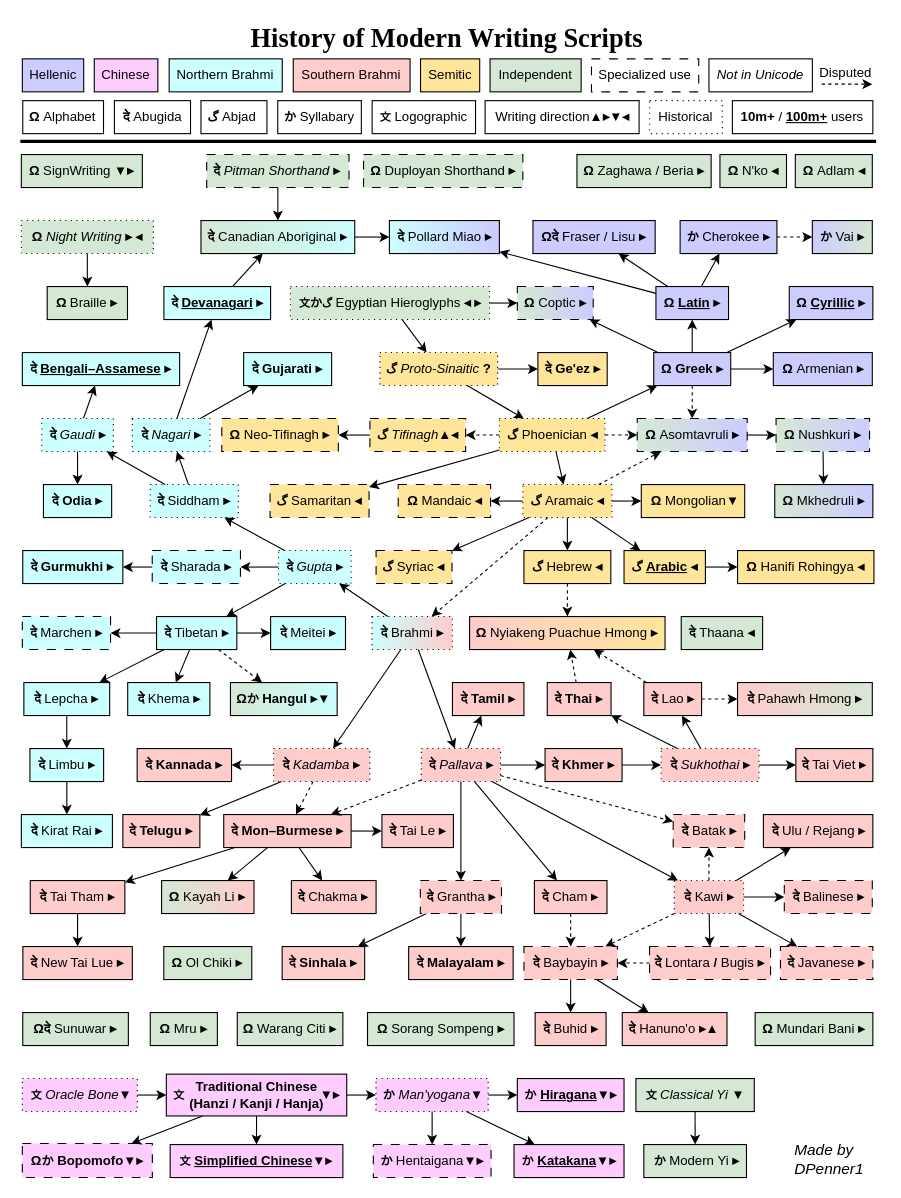
The draw.io diagram Modern Script History.drawio in DPenner1/WritingSystemHistory, before the edit. Source tidied: cells renumbered, new cells numbered last; positions are measured from the earlier drawing's top-left corner, leaving out a move shared by most shapes. Both pictures are drawn from the tidied source at 110%, with x=0, y=0 at pixel (20, 19).
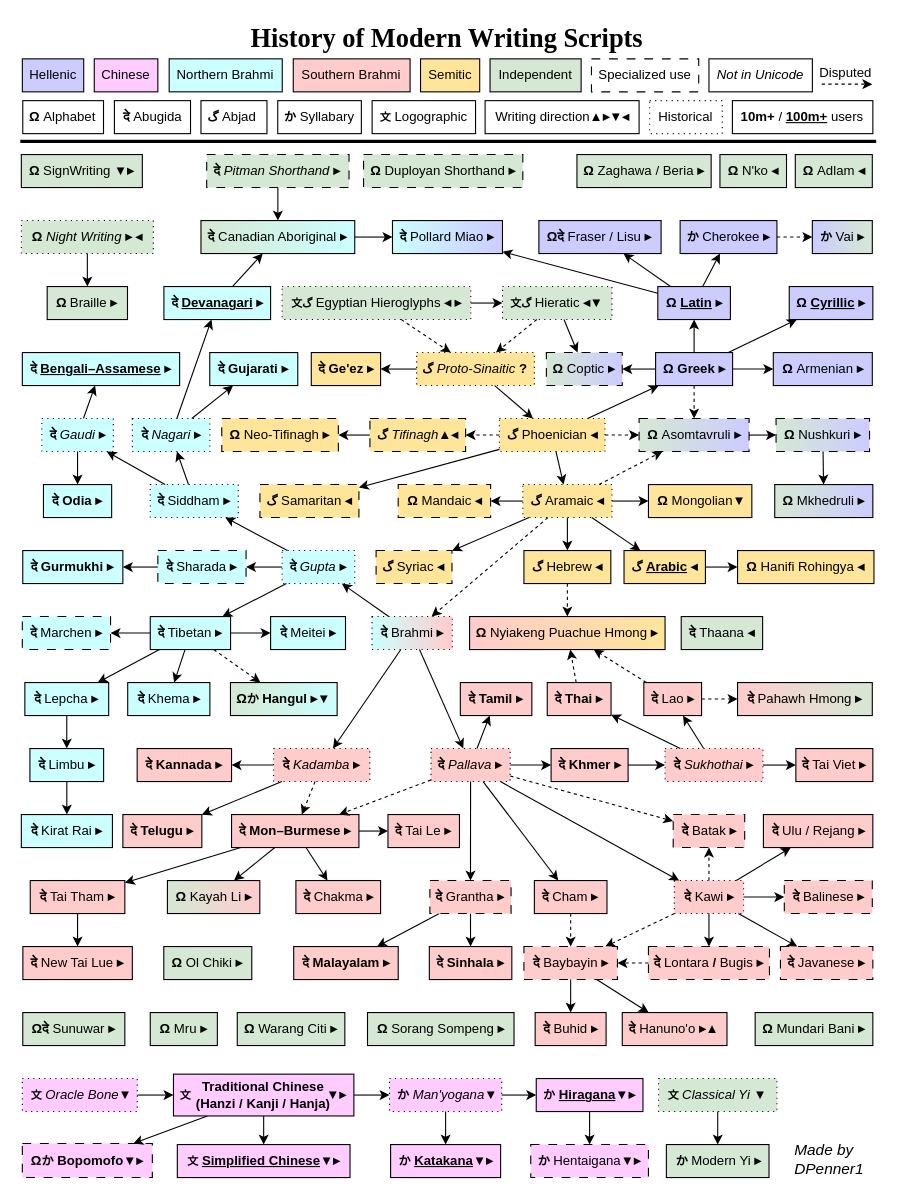
The same page after the edit.

Commit message (it also covers changes not shown here):
Update diagram to Unicode v17

The change refers to these unchanged cells:
```xml
<mxCell id="192" style="group;" parent="1" vertex="1">
  <mxGeometry x="118.7" y="959" width="186" height="38" as="geometry" />
</mxCell>
```

Change to the diagram source:
```diff
@@
     <mxCell id="2" value="&lt;b&gt;Ω&amp;nbsp;&lt;/b&gt;&lt;u&gt;Latin&lt;/u&gt;&amp;nbsp;▸" style="whiteSpace=wrap;html=1;fontStyle=1;fillColor=#CCCCFF;" parent="1" vertex="1">
-      <mxGeometry x="577.8" y="243" width="66" height="30" as="geometry" />
+      <mxGeometry x="579.5" y="243" width="66" height="30" as="geometry" />
     </mxCell>
-    <mxCell id="3" value="&lt;font style=&quot;font-weight: 700; font-size: 10px;&quot;&gt;文&lt;/font&gt;&lt;span style=&quot;font-size: 11px; font-weight: 700;&quot;&gt;か&lt;/span&gt;&lt;span style=&quot;font-weight: 700;&quot;&gt;&lt;font style=&quot;font-size: 10px;&quot;&gt;گ&lt;/font&gt;&lt;/span&gt;&lt;span style=&quot;font-weight: 700;&quot;&gt;&amp;nbsp;&lt;/span&gt;Egyptian Hieroglyphs&amp;nbsp;&lt;b&gt;◂&amp;nbsp;&lt;/b&gt;&lt;b&gt;▸&lt;/b&gt;" style="whiteSpace=wrap;html=1;dashed=1;dashPattern=1 4;fillColor=#D5E8D4;" parent="1" vertex="1">
-      <mxGeometry x="245.5" y="243" width="181" height="30" as="geometry" />
+    <mxCell id="3" value="&lt;font style=&quot;font-weight: 700; font-size: 10px;&quot;&gt;文&lt;/font&gt;&lt;span style=&quot;font-weight: 700;&quot;&gt;&lt;font style=&quot;font-size: 10px;&quot;&gt;گ&lt;/font&gt;&lt;/span&gt;&lt;span style=&quot;font-weight: 700;&quot;&gt;&amp;nbsp;&lt;/span&gt;Egyptian Hieroglyphs&amp;nbsp;&lt;b&gt;◂&amp;nbsp;&lt;/b&gt;&lt;b&gt;▸&lt;/b&gt;" style="whiteSpace=wrap;html=1;dashed=1;dashPattern=1 4;fillColor=#D5E8D4;" parent="1" vertex="1">
+      <mxGeometry x="238" y="243" width="171.5" height="30" as="geometry" />
     </mxCell>
-    <mxCell id="4" style="endArrow=classic;html=1;" parent="1" edge="1" source="3" target="5">
+    <mxCell id="4" style="endArrow=classic;html=1;dashed=1;" parent="1" edge="1" source="3" target="5">
       <mxGeometry relative="1" as="geometry" />
     </mxCell>
     <mxCell id="5" value="&lt;font style=&quot;font-style: normal; font-weight: 700; font-size: 11px;&quot;&gt;گ&lt;/font&gt;&lt;span style=&quot;font-style: normal; font-weight: 700;&quot;&gt;&amp;nbsp;&lt;/span&gt;Proto-Sinaitic &lt;span style=&quot;font-style: normal;&quot;&gt;&lt;b&gt;?&lt;/b&gt;&lt;/span&gt;" style="whiteSpace=wrap;html=1;dashed=1;dashPattern=1 4;fillColor=#FFE599;fontStyle=2;" parent="1" vertex="1">
-      <mxGeometry x="326.9" y="303" width="107" height="30" as="geometry" />
+      <mxGeometry x="360.3" y="303" width="107" height="30" as="geometry" />
     </mxCell>
-    <mxCell id="6" style="endArrow=classic;html=1;" parent="1" edge="1" source="3" target="9">
+    <mxCell id="6" style="endArrow=classic;html=1;" parent="1" edge="1" source="3" target="223">
       <mxGeometry x="145" y="370" as="geometry" />
     </mxCell>
@@
     <mxCell id="8" value="&lt;b&gt;दे&amp;nbsp;&lt;/b&gt;Ge'ez&amp;nbsp;▸" style="whiteSpace=wrap;html=1;fontStyle=1;fillColor=#FFE599;" parent="1" vertex="1">
-      <mxGeometry x="470.5" y="303" width="63" height="30" as="geometry" />
+      <mxGeometry x="264.5" y="303" width="63" height="30" as="geometry" />
     </mxCell>
     <mxCell id="9" value="&lt;b&gt;Ω&amp;nbsp;&lt;/b&gt;Coptic&amp;nbsp;&lt;b&gt;▸&lt;/b&gt;" style="whiteSpace=wrap;html=1;dashed=1;gradientColor=#CCCCFF;fillColor=#D5E8D4;gradientDirection=east;glass=0;dashPattern=8 8;" parent="1" vertex="1">
-      <mxGeometry x="451.8" y="243" width="69" height="30" as="geometry" />
+      <mxGeometry x="478.2" y="303" width="69" height="30" as="geometry" />
     </mxCell>
@@
     <mxCell id="12" value="&lt;b&gt;Ω&amp;nbsp;&lt;/b&gt;Greek&amp;nbsp;▸" style="whiteSpace=wrap;html=1;fontStyle=1;strokeColor=#000000;fillColor=#CCCCFF;" parent="1" vertex="1">
-      <mxGeometry x="575.8" y="303" width="70" height="30" as="geometry" />
+      <mxGeometry x="577.5" y="303" width="70" height="30" as="geometry" />
     </mxCell>
@@
     <mxCell id="21" value="&lt;b style=&quot;font-style: normal;&quot;&gt;दे&lt;/b&gt;&lt;b style=&quot;font-style: normal; font-size: 11px;&quot;&gt;&amp;nbsp;&lt;/b&gt;Gupta&lt;span style=&quot;font-style: normal;&quot;&gt;&amp;nbsp;&lt;/span&gt;&lt;b style=&quot;font-style: normal;&quot;&gt;▸&lt;/b&gt;" style="whiteSpace=wrap;html=1;dashed=1;dashPattern=1 4;fillColor=#CCFFFF;fontStyle=2;" parent="1" vertex="1">
-      <mxGeometry x="234.7" y="483" width="66" height="30" as="geometry" />
+      <mxGeometry x="238" y="483" width="66" height="30" as="geometry" />
     </mxCell>
@@
     <mxCell id="25" value="&lt;b&gt;दे&lt;/b&gt;&lt;b style=&quot;font-size: 11px;&quot;&gt;&amp;nbsp;&lt;/b&gt;&lt;span style=&quot;font-weight: normal;&quot;&gt;Tibetan&lt;/span&gt;&lt;span style=&quot;font-weight: 400;&quot;&gt;&amp;nbsp;&lt;/span&gt;&lt;b&gt;▸&lt;/b&gt;" style="whiteSpace=wrap;html=1;fontStyle=1;fillColor=#CCFFFF;" parent="1" vertex="1">
-      <mxGeometry x="123.8" y="543" width="73" height="30" as="geometry" />
+      <mxGeometry x="118.1" y="543" width="73" height="30" as="geometry" />
     </mxCell>
@@
     <mxCell id="30" value="&lt;b&gt;दे&lt;/b&gt;&lt;b style=&quot;font-size: 11px;&quot;&gt;&amp;nbsp;&lt;/b&gt;Gujarati&lt;span style=&quot;font-weight: 400;&quot;&gt;&amp;nbsp;&lt;/span&gt;&lt;b&gt;▸&lt;/b&gt;" style="whiteSpace=wrap;html=1;fontStyle=1;fillColor=#CCFFFF;" parent="1" vertex="1">
-      <mxGeometry x="203" y="303" width="80" height="30" as="geometry" />
+      <mxGeometry x="172.2" y="303" width="80" height="30" as="geometry" />
     </mxCell>
@@
     <mxCell id="34" value="&lt;b&gt;दे&amp;nbsp;&lt;/b&gt;Khmer ▸" style="whiteSpace=wrap;html=1;fontStyle=1;fillColor=#FFCCCC;" parent="1" vertex="1">
-      <mxGeometry x="477" y="663" width="70" height="30" as="geometry" />
+      <mxGeometry x="482.5" y="663" width="70" height="30" as="geometry" />
     </mxCell>
     <mxCell id="35" value="&lt;b style=&quot;font-style: normal;&quot;&gt;दे&amp;nbsp;&lt;/b&gt;Pallava&lt;span style=&quot;font-style: normal; font-weight: 700;&quot;&gt;&amp;nbsp;▸&lt;/span&gt;" style="whiteSpace=wrap;html=1;dashed=1;dashPattern=1 4;fillColor=#FFCCCC;fontStyle=2;" parent="1" vertex="1">
-      <mxGeometry x="364.5" y="663" width="72" height="30" as="geometry" />
+      <mxGeometry x="373.3" y="663" width="72" height="30" as="geometry" />
     </mxCell>
@@
     <mxCell id="41" value="&lt;b&gt;दे Mon&lt;/b&gt;–Burmese&amp;nbsp;▸" style="whiteSpace=wrap;html=1;fontStyle=1;fillColor=#FFCCCC;" parent="1" vertex="1">
-      <mxGeometry x="184.9" y="723" width="115.8" height="30" as="geometry" />
+      <mxGeometry x="192" y="723" width="115.8" height="30" as="geometry" />
     </mxCell>
@@
     <mxCell id="43" value="&lt;b&gt;दे&amp;nbsp;&lt;/b&gt;Tamil&amp;nbsp;▸" style="whiteSpace=wrap;html=1;fontStyle=1;fillColor=#FFCCCC;" parent="1" vertex="1">
-      <mxGeometry x="392.8" y="603" width="65" height="30" as="geometry" />
+      <mxGeometry x="400" y="603" width="65" height="30" as="geometry" />
     </mxCell>
@@
     <mxCell id="45" value="&lt;b&gt;दे&amp;nbsp;&lt;/b&gt;Telugu&amp;nbsp;▸" style="whiteSpace=wrap;html=1;fontStyle=1;fillColor=#FFCCCC;" parent="1" vertex="1">
-      <mxGeometry x="93.2" y="723" width="70" height="30" as="geometry" />
+      <mxGeometry x="93.2" y="723" width="71.8" height="30" as="geometry" />
     </mxCell>
@@
     <mxCell id="54" value="&lt;b&gt;&amp;nbsp;Ω&amp;nbsp;&lt;/b&gt;Mongolian&lt;b&gt;▼&lt;/b&gt;" style="whiteSpace=wrap;html=1;fillColor=#FFE599;" parent="1" vertex="1">
-      <mxGeometry x="564.5" y="423" width="94" height="30" as="geometry" />
+      <mxGeometry x="571" y="423" width="94" height="30" as="geometry" />
     </mxCell>
     <mxCell id="55" value="&lt;b&gt;Ω&amp;nbsp;&lt;/b&gt;Asomtavruli&lt;span style=&quot;font-weight: 700;&quot;&gt;&amp;nbsp;▸&lt;/span&gt;" style="whiteSpace=wrap;html=1;fontStyle=0;fillColor=#CCCCFF;gradientColor=#D5E8D4;gradientDirection=west;dashed=1;dashPattern=8 8;" parent="1" vertex="1">
-      <mxGeometry x="560.8" y="363" width="100" height="30" as="geometry" />
+      <mxGeometry x="562.5" y="363" width="100" height="30" as="geometry" />
     </mxCell>
@@
     <mxCell id="66" value="&lt;font style=&quot;font-size: 10px;&quot;&gt;文&lt;/font&gt; &lt;u&gt;Simplified Chinese&lt;/u&gt;&lt;b&gt;▼&lt;/b&gt;▸" style="whiteSpace=wrap;html=1;fontStyle=1;fillColor=#FFCCFF;" parent="1" vertex="1">
-      <mxGeometry x="136.2" y="1023" width="157" height="30" as="geometry" />
+      <mxGeometry x="142.7" y="1023" width="157" height="30" as="geometry" />
     </mxCell>
@@
     <mxCell id="68" value="&lt;font style=&quot;&quot;&gt;&lt;span style=&quot;font-weight: 700;&quot;&gt;&lt;font style=&quot;font-size: 11px;&quot;&gt;&amp;nbsp;か&lt;/font&gt;&lt;/span&gt;&lt;span style=&quot;font-size: 12px; font-weight: 700;&quot;&gt;&amp;nbsp;&lt;/span&gt;&lt;i&gt;Man'yogana&lt;/i&gt;&lt;/font&gt;&lt;b&gt;▼&lt;/b&gt;" style="whiteSpace=wrap;html=1;dashed=1;dashPattern=1 4;fillColor=#FFCCFF;fontFamily=Helvetica;fontSize=12;" parent="1" vertex="1">
-      <mxGeometry x="323.3" y="963" width="102" height="30" as="geometry" />
+      <mxGeometry x="335.6" y="963" width="102" height="30" as="geometry" />
     </mxCell>
@@
     <mxCell id="70" value="&lt;font style=&quot;font-size: 11px;&quot;&gt;か&lt;/font&gt; &lt;u&gt;Hiragana&lt;/u&gt;&lt;b&gt;▼&lt;/b&gt;▸" style="whiteSpace=wrap;html=1;fontStyle=1;fillColor=#FFCCFF;fontFamily=Helvetica;" parent="1" vertex="1">
-      <mxGeometry x="451.8" y="963" width="97" height="30" as="geometry" />
+      <mxGeometry x="469" y="963" width="97" height="30" as="geometry" />
     </mxCell>
     <mxCell id="71" value="&lt;font style=&quot;font-size: 11px;&quot;&gt;か&lt;/font&gt; &lt;u&gt;Katakana&lt;/u&gt;&lt;b&gt;▼&lt;/b&gt;▸" style="whiteSpace=wrap;html=1;fontStyle=1;fillColor=#FFCCFF;" parent="1" vertex="1">
-      <mxGeometry x="448.8" y="1023" width="100" height="30" as="geometry" />
+      <mxGeometry x="336.6" y="1023" width="100" height="30" as="geometry" />
     </mxCell>
@@
     <mxCell id="73" value="&lt;span style=&quot;font-weight: 700; font-size: 11px;&quot;&gt;&lt;font style=&quot;font-size: 11px;&quot;&gt;か&lt;/font&gt;&amp;nbsp;&lt;/span&gt;Hentaigana&lt;b&gt;▼&lt;/b&gt;&lt;span style=&quot;font-weight: 700;&quot;&gt;▸&lt;/span&gt;" style="whiteSpace=wrap;html=1;dashed=1;fillColor=#FFCCFF;dashPattern=8 8;" parent="1" vertex="1">
-      <mxGeometry x="320.9" y="1023" width="107" height="30" as="geometry" />
+      <mxGeometry x="464" y="1023" width="107" height="30" as="geometry" />
     </mxCell>
@@
-    <mxCell id="75" style="endArrow=classic;html=1;" parent="1" edge="1" source="68" target="73">
+    <mxCell id="75" style="endArrow=classic;html=1;" parent="1" edge="1" source="70" target="73">
       <mxGeometry x="1173" y="930" as="geometry" />
     </mxCell>
@@
     <mxCell id="89" value="&lt;b&gt;दे&amp;nbsp;&lt;/b&gt;Sinhala&amp;nbsp;▸" style="whiteSpace=wrap;html=1;fontStyle=1;fillColor=#FFCCCC;" parent="1" vertex="1">
-      <mxGeometry x="238" y="843" width="75" height="30" as="geometry" />
+      <mxGeometry x="371.8" y="843" width="75" height="30" as="geometry" />
     </mxCell>
     <mxCell id="90" value="&lt;b&gt;दे&amp;nbsp;&lt;/b&gt;Malayalam&amp;nbsp;▸" style="whiteSpace=wrap;html=1;fontStyle=1;fillColor=#FFCCCC;" parent="1" vertex="1">
-      <mxGeometry x="353" y="843" width="95" height="30" as="geometry" />
+      <mxGeometry x="248.5" y="843" width="95" height="30" as="geometry" />
     </mxCell>
-    <mxCell id="91" value="&lt;span style=&quot;font-weight: 700;&quot;&gt;&lt;font style=&quot;font-size: 10px;&quot;&gt;文&lt;/font&gt;&lt;/span&gt;&lt;span style=&quot;font-size: 11px; font-weight: 700;&quot;&gt;&amp;nbsp;&lt;/span&gt;&lt;i&gt;Classical Yi&lt;/i&gt;&amp;nbsp;&lt;b&gt;▼&lt;/b&gt;" style="whiteSpace=wrap;html=1;fillColor=#D5E8D4;" parent="1" vertex="1">
-      <mxGeometry x="559.6" y="963" width="107.6" height="30" as="geometry" />
+    <mxCell id="91" value="&lt;span style=&quot;font-weight: 700;&quot;&gt;&lt;font style=&quot;font-size: 10px;&quot;&gt;文&lt;/font&gt;&lt;/span&gt;&lt;span style=&quot;font-size: 11px; font-weight: 700;&quot;&gt;&amp;nbsp;&lt;/span&gt;&lt;i&gt;Classical Yi&lt;/i&gt;&amp;nbsp;&lt;b&gt;▼&lt;/b&gt;" style="whiteSpace=wrap;html=1;fillColor=#D5E8D4;dashed=1;dashPattern=1 4;" parent="1" vertex="1">
+      <mxGeometry x="580.2" y="963" width="107.6" height="30" as="geometry" />
     </mxCell>
     <mxCell id="92" value="&lt;span style=&quot;font-size: 11px; font-weight: 700;&quot;&gt;&amp;nbsp;か&amp;nbsp;&lt;/span&gt;Modern Yi&amp;nbsp;&lt;span style=&quot;font-weight: 700;&quot;&gt;▸&lt;/span&gt;" style="whiteSpace=wrap;html=1;fillColor=#D5E8D4;" parent="1" vertex="1">
-      <mxGeometry x="566.8" y="1023" width="93.3" height="30" as="geometry" />
+      <mxGeometry x="587.3" y="1023" width="93.3" height="30" as="geometry" />
     </mxCell>
@@
     <mxCell id="108" value="&lt;b&gt;दे&lt;/b&gt;&lt;b style=&quot;font-size: 11px;&quot;&gt;&amp;nbsp;&lt;/b&gt;Lepcha&amp;nbsp;&lt;b&gt;▸&lt;/b&gt;" style="whiteSpace=wrap;html=1;fillColor=#CCFFFF;" parent="1" vertex="1">
-      <mxGeometry x="3.2" y="603" width="78" height="30" as="geometry" />
+      <mxGeometry x="4.1" y="603" width="76.2" height="30" as="geometry" />
     </mxCell>
@@
     <mxCell id="112" value="&lt;b&gt;Ω&lt;/b&gt;&lt;b&gt;दे&lt;/b&gt;&lt;b&gt;&amp;nbsp;&lt;/b&gt;Fraser / Lisu&lt;span style=&quot;font-weight: 700;&quot;&gt;&amp;nbsp;▸&lt;/span&gt;" style="whiteSpace=wrap;html=1;fillColor=#CCCCFF;" parent="1" vertex="1">
-      <mxGeometry x="466" y="183" width="111.1" height="30" as="geometry" />
+      <mxGeometry x="471.4" y="183" width="111.1" height="30" as="geometry" />
     </mxCell>
@@
     <mxCell id="116" value="&lt;b&gt;दे&amp;nbsp;&lt;/b&gt;Pollard Miao&lt;span style=&quot;font-weight: 700;&quot;&gt;&amp;nbsp;▸&lt;/span&gt;" style="whiteSpace=wrap;html=1;fillColor=#CCCCFF;gradientColor=#CCFFFF;gradientDirection=west;" parent="1" vertex="1">
-      <mxGeometry x="335.5" y="183" width="100" height="30" as="geometry" />
+      <mxGeometry x="338.3" y="183" width="100" height="30" as="geometry" />
     </mxCell>
@@
     <mxCell id="119" value="&lt;font style=&quot;font-weight: 700; font-size: 11px;&quot;&gt;گ&lt;/font&gt;&lt;span style=&quot;font-weight: 700;&quot;&gt;&amp;nbsp;&lt;/span&gt;Samaritan&amp;nbsp;&lt;b&gt;◂&lt;/b&gt;" style="whiteSpace=wrap;html=1;dashed=1;fillColor=#FFE599;dashPattern=8 8;" parent="1" vertex="1">
-      <mxGeometry x="227" y="423" width="90" height="30" as="geometry" />
+      <mxGeometry x="217.8" y="423" width="90" height="30" as="geometry" />
     </mxCell>
@@
     <mxCell id="121" value="&lt;b&gt;दे&lt;/b&gt;&lt;b style=&quot;font-size: 11px;&quot;&gt;&amp;nbsp;&lt;/b&gt;Sharada&amp;nbsp;&lt;b&gt;▸&lt;/b&gt;" style="whiteSpace=wrap;html=1;dashed=1;fillColor=#CCFFFF;dashPattern=8 8;" parent="1" vertex="1">
-      <mxGeometry x="119.9" y="483" width="80.2" height="30" as="geometry" />
+      <mxGeometry x="125" y="483" width="80.2" height="30" as="geometry" />
     </mxCell>
@@
     <mxCell id="123" value="&lt;b&gt;दे&amp;nbsp;&lt;/b&gt;Tai Le&lt;span style=&quot;font-weight: 700;&quot;&gt;&amp;nbsp;▸&lt;/span&gt;" style="whiteSpace=wrap;html=1;fillColor=#FFCCCC;" parent="1" vertex="1">
-      <mxGeometry x="328.7" y="723" width="65" height="30" as="geometry" />
+      <mxGeometry x="334.2" y="723" width="65" height="30" as="geometry" />
     </mxCell>
@@
     <mxCell id="140" value="&lt;b&gt;दे&amp;nbsp;&lt;/b&gt;&lt;i&gt;Sukhothai&lt;/i&gt;&lt;span style=&quot;font-weight: 700;&quot;&gt;&amp;nbsp;▸&lt;/span&gt;" style="whiteSpace=wrap;html=1;fontStyle=0;fillColor=#FFCCCC;dashed=1;dashPattern=1 4;" parent="1" vertex="1">
-      <mxGeometry x="582.5" y="663" width="89" height="30" as="geometry" />
+      <mxGeometry x="586.1" y="663" width="89" height="30" as="geometry" />
     </mxCell>
@@
     <mxCell id="160" value="&lt;b&gt;Ω&lt;/b&gt;&lt;b&gt;&amp;nbsp;&lt;/b&gt;&lt;span style=&quot;font-weight: normal;&quot;&gt;Kayah Li&lt;/span&gt; ▸" style="whiteSpace=wrap;html=1;fontStyle=1;fillColor=#FFCCCC;gradientColor=#D5E8D4;gradientDirection=west;" parent="1" vertex="1">
-      <mxGeometry x="128.4" y="783" width="84" height="30" as="geometry" />
+      <mxGeometry x="133.7" y="783" width="84" height="30" as="geometry" />
     </mxCell>
@@
     <mxCell id="166" value="&lt;b&gt;दे&amp;nbsp;&lt;/b&gt;Chakma&lt;span style=&quot;font-weight: 700;&quot;&gt;&amp;nbsp;▸&lt;/span&gt;" style="whiteSpace=wrap;html=1;fillColor=#FFCCCC;" parent="1" vertex="1">
-      <mxGeometry x="246.4" y="783" width="77" height="30" as="geometry" />
+      <mxGeometry x="250.5" y="783" width="77" height="30" as="geometry" />
     </mxCell>
@@
     <mxCell id="171" value="&lt;b&gt;Ω&lt;/b&gt;&amp;nbsp;Warang Citi&amp;nbsp;&lt;b&gt;▸&lt;/b&gt;" style="whiteSpace=wrap;html=1;fillColor=#D5E8D4;" parent="1" vertex="1">
-      <mxGeometry x="197.2" y="903" width="96" height="30" as="geometry" />
+      <mxGeometry x="197.2" y="903" width="97.8" height="30" as="geometry" />
     </mxCell>
@@
     <mxCell id="193" value="Traditional Chinese&lt;br&gt;&lt;div&gt;(Hanzi / Kanji / Hanja)&lt;/div&gt;" style="whiteSpace=wrap;html=1;fontStyle=1;fillColor=#FFCCFF;" parent="192" vertex="1">
-      <mxGeometry x="14" width="164" height="38" as="geometry" />
+      <mxGeometry x="20.5" width="164" height="38" as="geometry" />
     </mxCell>
     <mxCell id="194" value="&lt;font style=&quot;font-weight: 700; font-size: 10px;&quot;&gt;文&lt;/font&gt;&lt;font style=&quot;font-weight: 700; font-size: 11px;&quot;&gt;&amp;nbsp;&lt;/font&gt;&lt;span style=&quot;font-weight: 700;&quot;&gt;&amp;nbsp; &amp;nbsp; &amp;nbsp; &amp;nbsp; &amp;nbsp; &amp;nbsp; &amp;nbsp; &amp;nbsp; &amp;nbsp; &amp;nbsp; &amp;nbsp; &amp;nbsp; &amp;nbsp; &amp;nbsp; &amp;nbsp; &amp;nbsp; &amp;nbsp; &amp;nbsp; &lt;/span&gt;&lt;b&gt;▼&lt;/b&gt;&lt;span style=&quot;font-weight: 700;&quot;&gt;▸&lt;/span&gt;" style="text;html=1;align=center;verticalAlign=middle;whiteSpace=wrap;rounded=0;" parent="192" vertex="1">
-      <mxGeometry x="3" y="4" width="186" height="30" as="geometry" />
+      <mxGeometry x="9.5" y="4" width="186" height="30" as="geometry" />
     </mxCell>
     <mxCell id="195" value="&lt;b&gt;दे&amp;nbsp;&lt;/b&gt;Lontara&lt;span style=&quot;font-weight: 700;&quot;&gt;&amp;nbsp;/ &lt;/span&gt;Bugis&lt;span style=&quot;font-weight: 700;&quot;&gt; ▸&lt;/span&gt;" style="whiteSpace=wrap;html=1;dashed=1;fillColor=#FFCCCC;dashPattern=8 8;" parent="1" vertex="1">
-      <mxGeometry x="572" y="843" width="110" height="30" as="geometry" />
+      <mxGeometry x="571" y="843" width="110" height="30" as="geometry" />
     </mxCell>
@@
     <mxCell id="201" value="&lt;b&gt;दे&amp;nbsp;&lt;/b&gt;Grantha&lt;span style=&quot;font-weight: 700;&quot;&gt;&amp;nbsp;▸&lt;/span&gt;" style="whiteSpace=wrap;html=1;dashed=1;fillColor=#FFCCCC;dashPattern=8 8;" parent="1" vertex="1">
-      <mxGeometry x="363.6" y="783" width="73.8" height="30" as="geometry" />
+      <mxGeometry x="372.3" y="783" width="73.8" height="30" as="geometry" />
     </mxCell>
@@
     <mxCell id="205" value="&lt;b&gt;Ω&lt;/b&gt;&lt;b&gt;दे&lt;/b&gt;&amp;nbsp;Sunuwar&amp;nbsp;&lt;b&gt;▸&lt;/b&gt;" style="whiteSpace=wrap;html=1;fillColor=#D5E8D4;" parent="1" vertex="1">
-      <mxGeometry x="2.2" y="903" width="96" height="30" as="geometry" />
+      <mxGeometry x="2.2" y="903" width="92.8" height="30" as="geometry" />
     </mxCell>
@@
+    <mxCell id="223" value="&lt;font style=&quot;font-weight: 700; font-size: 10px;&quot;&gt;文&lt;/font&gt;&lt;span style=&quot;font-weight: 700;&quot;&gt;&lt;font style=&quot;font-size: 10px;&quot;&gt;گ&lt;/font&gt;&lt;/span&gt;&lt;span style=&quot;font-weight: 700;&quot;&gt;&amp;nbsp;&lt;/span&gt;Hieratic&amp;nbsp;&lt;b&gt;◂&lt;/b&gt;&lt;span style=&quot;font-weight: 700;&quot;&gt;▼&lt;/span&gt;" style="whiteSpace=wrap;html=1;dashed=1;dashPattern=1 4;fillColor=#D5E8D4;" parent="1" vertex="1">
+      <mxGeometry x="438.3" y="243" width="99.5" height="30" as="geometry" />
+    </mxCell>
+    <mxCell id="224" style="endArrow=classic;html=1;" parent="1" edge="1" source="223" target="9">
+      <mxGeometry x="145" y="370" as="geometry" />
+    </mxCell>
+    <mxCell id="225" style="endArrow=classic;html=1;dashed=1;" parent="1" edge="1" source="223" target="5">
+      <mxGeometry relative="1" as="geometry" />
+    </mxCell>
```
